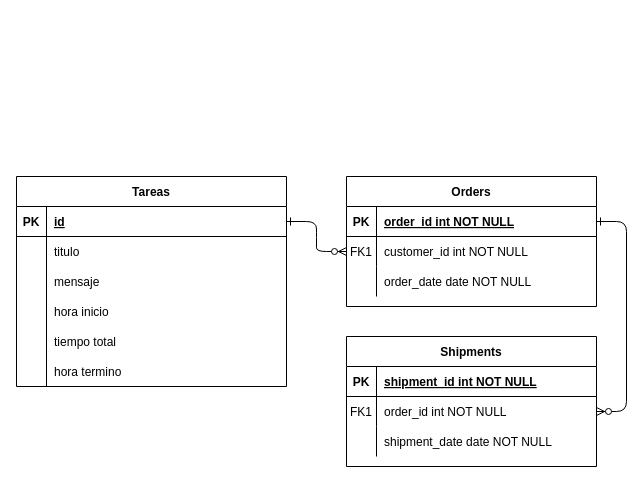
Borzar/jz-notes keeps this draw.io diagram as Diagrama sin título.drawio. Above is the earlier version. Source tidied: cells renumbered, new cells numbered last; positions are measured from the earlier drawing's top-left corner, leaving out a move shared by most shapes. Both pictures are drawn from the tidied source at 100%, with x=0, y=0 at pixel (16, 176).
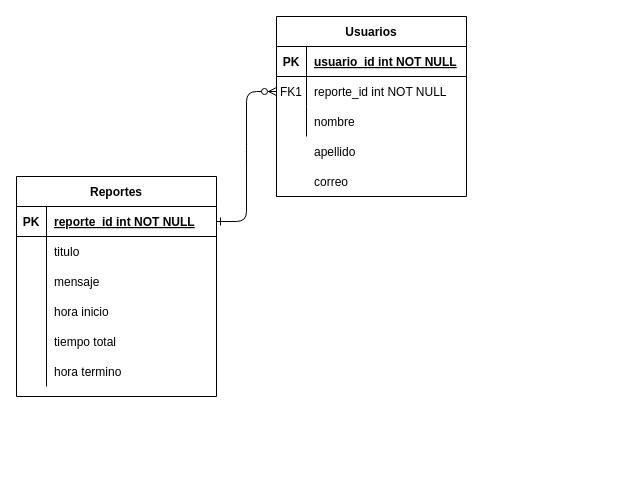
The same page after the edit.

The edit, as a diff of the source:
```diff
@@
-    <mxCell id="3" style="edgeStyle=entityRelationEdgeStyle;endArrow=ERzeroToMany;startArrow=ERone;endFill=1;startFill=0;" parent="1" edge="1" source="5" target="18">
-      <mxGeometry relative="1" as="geometry" />
-    </mxCell>
-    <mxCell id="4" value="Orders" style="shape=table;startSize=30;childLayout=tableLayout;rowLines=0;fontStyle=1;align=center;" parent="1" vertex="1">
-      <mxGeometry x="330" width="250" height="130" as="geometry" />
+    <mxCell id="4" value="Usuarios" style="shape=table;startSize=30;childLayout=tableLayout;rowLines=0;fontStyle=1;align=center;" parent="1" vertex="1">
+      <mxGeometry x="260" y="-160" width="190" height="180" as="geometry" />
     </mxCell>
     <mxCell id="5" style="shape=partialRectangle;fillColor=none;points=[[0,0.5],[1,0.5]];portConstraint=eastwest;top=0;left=0;right=0;bottom=1;" parent="4" vertex="1">
-      <mxGeometry y="30" width="250" height="30" as="geometry" />
+      <mxGeometry y="30" width="190" height="30" as="geometry" />
     </mxCell>
@@
-    <mxCell id="7" value="order_id int NOT NULL " style="shape=partialRectangle;overflow=hidden;fillColor=none;top=0;left=0;bottom=0;right=0;align=left;spacingLeft=6;fontStyle=5;" parent="5" vertex="1">
-      <mxGeometry x="30" width="220" height="30" as="geometry" />
+    <mxCell id="7" value="usuario_id int NOT NULL" style="shape=partialRectangle;overflow=hidden;fillColor=none;top=0;left=0;bottom=0;right=0;align=left;spacingLeft=6;fontStyle=5;" parent="5" vertex="1">
+      <mxGeometry x="30" width="160" height="30" as="geometry" />
     </mxCell>
     <mxCell id="8" style="shape=partialRectangle;fillColor=none;points=[[0,0.5],[1,0.5]];portConstraint=eastwest;top=0;left=0;right=0;bottom=0;" parent="4" vertex="1">
-      <mxGeometry y="60" width="250" height="30" as="geometry" />
+      <mxGeometry y="60" width="190" height="30" as="geometry" />
     </mxCell>
@@
-    <mxCell id="10" value="customer_id int NOT NULL" style="shape=partialRectangle;overflow=hidden;fillColor=none;top=0;left=0;bottom=0;right=0;align=left;spacingLeft=6;" parent="8" vertex="1">
-      <mxGeometry x="30" width="220" height="30" as="geometry" />
+    <mxCell id="10" value="reporte_id int NOT NULL" style="shape=partialRectangle;overflow=hidden;fillColor=none;top=0;left=0;bottom=0;right=0;align=left;spacingLeft=6;" parent="8" vertex="1">
+      <mxGeometry x="30" width="160" height="30" as="geometry" />
     </mxCell>
     <mxCell id="11" style="shape=partialRectangle;fillColor=none;top=0;left=0;right=0;bottom=0;" parent="4" vertex="1">
-      <mxGeometry y="90" width="250" height="30" as="geometry" />
+      <mxGeometry y="90" width="190" height="30" as="geometry" />
     </mxCell>
@@
-    <mxCell id="13" value="order_date date NOT NULL" style="shape=partialRectangle;overflow=hidden;fillColor=none;top=0;left=0;bottom=0;right=0;align=left;spacingLeft=6;" parent="11" vertex="1">
-      <mxGeometry x="30" width="220" height="30" as="geometry" />
+    <mxCell id="13" value="nombre" style="shape=partialRectangle;overflow=hidden;fillColor=none;top=0;left=0;bottom=0;right=0;align=left;spacingLeft=6;" parent="11" vertex="1">
+      <mxGeometry x="30" width="160" height="30" as="geometry" />
     </mxCell>
-    <mxCell id="14" value="Shipments" style="shape=table;startSize=30;childLayout=tableLayout;rowLines=0;fontStyle=1;align=center;" parent="1" vertex="1">
-      <mxGeometry x="330" y="160" width="250" height="130" as="geometry" />
-    </mxCell>
-    <mxCell id="15" style="shape=partialRectangle;fillColor=none;top=0;left=0;right=0;bottom=1;" parent="14" vertex="1">
-      <mxGeometry y="30" width="250" height="30" as="geometry" />
-    </mxCell>
-    <mxCell id="16" value="PK" style="shape=partialRectangle;overflow=hidden;fillColor=none;top=0;left=0;bottom=0;right=0;fontStyle=1;" parent="15" vertex="1">
-      <mxGeometry width="30" height="30" as="geometry" />
-    </mxCell>
-    <mxCell id="17" value="shipment_id int NOT NULL " style="shape=partialRectangle;overflow=hidden;fillColor=none;top=0;left=0;bottom=0;right=0;align=left;spacingLeft=6;fontStyle=5;" parent="15" vertex="1">
-      <mxGeometry x="30" width="220" height="30" as="geometry" />
-    </mxCell>
-    <mxCell id="18" style="shape=partialRectangle;fillColor=none;points=[[0,0.5],[1,0.5]];portConstraint=eastwest;top=0;left=0;right=0;bottom=0;" parent="14" vertex="1">
-      <mxGeometry y="60" width="250" height="30" as="geometry" />
-    </mxCell>
-    <mxCell id="19" value="FK1" style="shape=partialRectangle;overflow=hidden;fillColor=none;top=0;left=0;bottom=0;right=0;" parent="18" vertex="1">
-      <mxGeometry width="30" height="30" as="geometry" />
-    </mxCell>
-    <mxCell id="20" value="order_id int NOT NULL" style="shape=partialRectangle;overflow=hidden;fillColor=none;top=0;left=0;bottom=0;right=0;align=left;spacingLeft=6;" parent="18" vertex="1">
-      <mxGeometry x="30" width="220" height="30" as="geometry" />
-    </mxCell>
-    <mxCell id="21" style="shape=partialRectangle;fillColor=none;top=0;left=0;right=0;bottom=0;" parent="14" vertex="1">
-      <mxGeometry y="90" width="250" height="30" as="geometry" />
-    </mxCell>
-    <mxCell id="22" style="shape=partialRectangle;overflow=hidden;fillColor=none;top=0;left=0;bottom=0;right=0;" parent="21" vertex="1">
-      <mxGeometry width="30" height="30" as="geometry" />
-    </mxCell>
-    <mxCell id="23" value="shipment_date date NOT NULL" style="shape=partialRectangle;overflow=hidden;fillColor=none;top=0;left=0;bottom=0;right=0;align=left;spacingLeft=6;" parent="21" vertex="1">
-      <mxGeometry x="30" width="220" height="30" as="geometry" />
-    </mxCell>
-    <mxCell id="24" value="Tareas" style="shape=table;startSize=30;childLayout=tableLayout;rowLines=0;fontStyle=1;align=center;" parent="1" vertex="1">
-      <mxGeometry width="270" height="210" as="geometry" />
+    <mxCell id="24" value="Reportes" style="shape=table;startSize=30;childLayout=tableLayout;rowLines=0;fontStyle=1;align=center;" parent="1" vertex="1">
+      <mxGeometry width="200" height="220" as="geometry" />
     </mxCell>
     <mxCell id="25" style="shape=partialRectangle;fillColor=none;points=[[0,0.5],[1,0.5]];portConstraint=eastwest;top=0;left=0;right=0;bottom=1;" parent="24" vertex="1">
-      <mxGeometry y="30" width="270" height="30" as="geometry" />
+      <mxGeometry y="30" width="200" height="30" as="geometry" />
     </mxCell>
@@
-    <mxCell id="27" value="id" style="shape=partialRectangle;overflow=hidden;fillColor=none;top=0;left=0;bottom=0;right=0;align=left;spacingLeft=6;fontStyle=5;" parent="25" vertex="1">
-      <mxGeometry x="30" width="240" height="30" as="geometry" />
+    <mxCell id="27" value="reporte_id int NOT NULL" style="shape=partialRectangle;overflow=hidden;fillColor=none;top=0;left=0;bottom=0;right=0;align=left;spacingLeft=6;fontStyle=5;" parent="25" vertex="1">
+      <mxGeometry x="30" width="170" height="30" as="geometry" />
     </mxCell>
     <mxCell id="28" style="shape=partialRectangle;fillColor=none;top=0;left=0;right=0;bottom=0;" parent="24" vertex="1">
-      <mxGeometry y="60" width="270" height="150" as="geometry" />
+      <mxGeometry y="60" width="200" height="150" as="geometry" />
     </mxCell>
@@
     <mxCell id="30" style="shape=partialRectangle;overflow=hidden;fillColor=none;top=0;left=0;bottom=0;right=0;align=left;spacingLeft=6;" parent="28" vertex="1">
-      <mxGeometry x="30" width="240" height="150" as="geometry" />
+      <mxGeometry x="30" width="170" height="150" as="geometry" />
     </mxCell>
@@
+    <mxCell id="36" value="apellido" style="shape=partialRectangle;overflow=hidden;fillColor=none;top=0;left=0;bottom=0;right=0;align=left;spacingLeft=6;" parent="1" vertex="1">
+      <mxGeometry x="290" y="-40" width="160" height="30" as="geometry" />
+    </mxCell>
+    <mxCell id="37" value="correo" style="shape=partialRectangle;overflow=hidden;fillColor=none;top=0;left=0;bottom=0;right=0;align=left;spacingLeft=6;" parent="1" vertex="1">
+      <mxGeometry x="290" y="-10" width="160" height="30" as="geometry" />
+    </mxCell>
```
